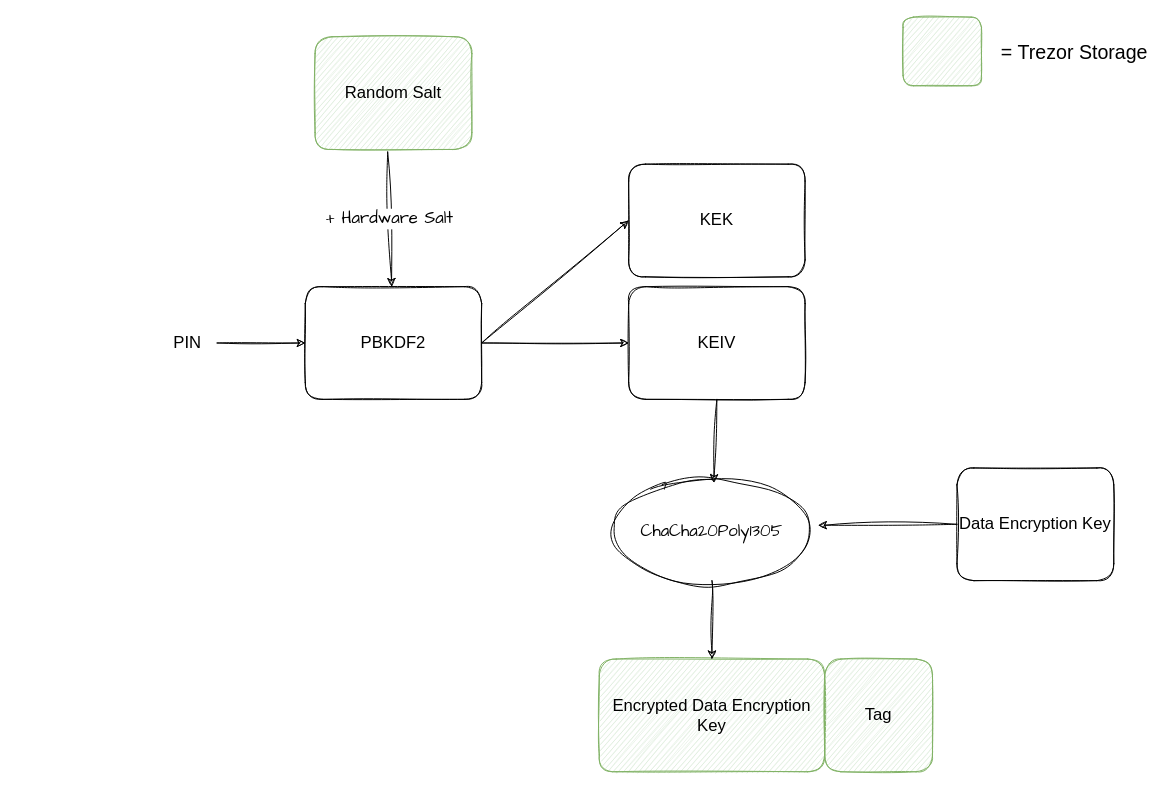
rya-sge/access-denied keeps this draw.io diagram as schema/wallet/trezor.drawio. Above is the earlier version. Source tidied: cells renumbered, new cells numbered last; positions are measured from the earlier drawing's top-left corner, leaving out a move shared by most shapes. Both pictures are drawn from the tidied source at 98%, with x=0, y=0 at pixel (158, 17).
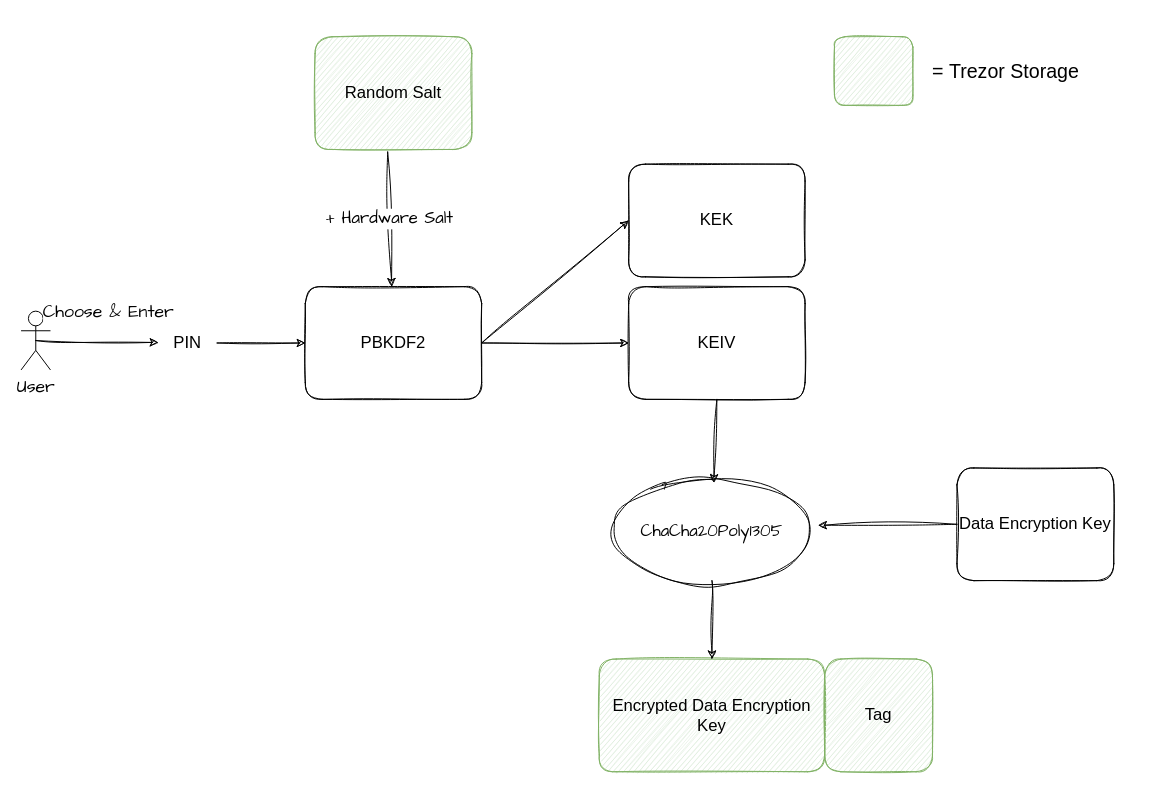
Above is the later version.

Commit message (it also covers changes not shown here):
Update trezor article

The change refers to these unchanged cells:
```xml
<mxCell id="2" value="PIN" style="text;html=1;strokeColor=none;fillColor=none;align=center;verticalAlign=middle;whiteSpace=wrap;rounded=0;sketch=1;fontSize=17;" parent="1" vertex="1">
  <mxGeometry y="317.5" width="60" height="30" as="geometry" />
</mxCell>
```

The edit, as a diff of the source:
```diff
@@
     <mxCell id="18" style="rounded=1;whiteSpace=wrap;html=1;sketch=1;fillColor=#d5e8d4;strokeColor=#82b366;fontSize=17;" parent="1" vertex="1">
-      <mxGeometry x="760" width="80" height="70" as="geometry" />
+      <mxGeometry x="690" y="20" width="80" height="70" as="geometry" />
     </mxCell>
     <mxCell id="19" value="=&amp;nbsp;&lt;span style=&quot;font-size: 20px;&quot;&gt;Trezor Storage&lt;/span&gt;" style="text;html=1;strokeColor=none;fillColor=none;align=center;verticalAlign=middle;whiteSpace=wrap;rounded=0;fontSize=20;" parent="1" vertex="1">
-      <mxGeometry x="850" y="20" width="170" height="30" as="geometry" />
+      <mxGeometry x="780" y="40" width="170" height="30" as="geometry" />
     </mxCell>
+    <mxCell id="20" value="User" style="shape=umlActor;verticalLabelPosition=bottom;verticalAlign=top;html=1;outlineConnect=0;sketch=0;hachureGap=4;jiggle=2;fontFamily=Architects Daughter;fontSize=18;" parent="1" vertex="1">
+      <mxGeometry x="-140" y="300" width="30" height="60" as="geometry" />
+    </mxCell>
+    <mxCell id="21" value="Choose &amp;amp; Enter" style="endArrow=classic;html=1;rounded=0;sketch=1;hachureGap=4;jiggle=2;fontFamily=Architects Daughter;fontSize=18;exitX=0.5;exitY=0.5;exitDx=0;exitDy=0;exitPerimeter=0;" parent="1" edge="1" source="20" target="2">
+      <mxGeometry x="0.19" y="31" relative="1" as="geometry" />
+    </mxCell>
```
